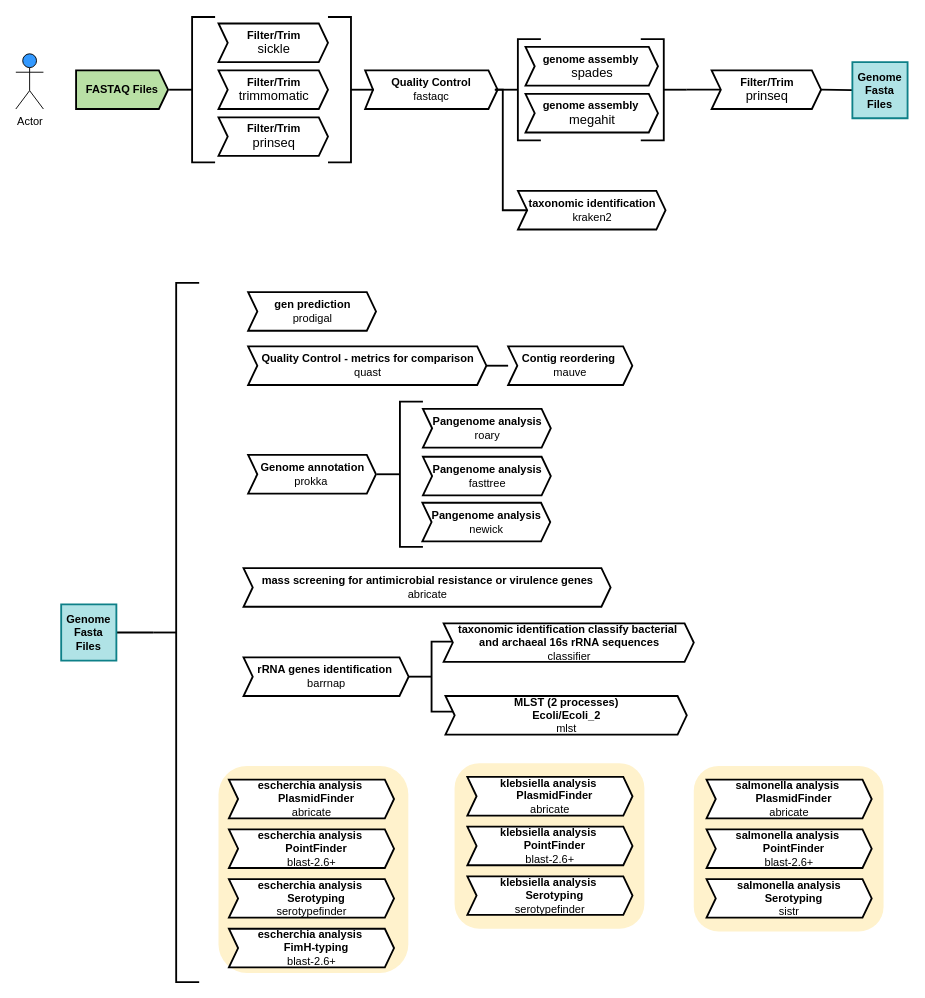
The draw.io diagram page "MVP" (3 of 3) of standarpipelineworkflow-longversion.drawio in ldipotetjob/genx, before the edit. Source tidied: cells renumbered, new cells numbered last; positions are measured from the earlier drawing's top-left corner, leaving out a move shared by most shapes. Both pictures are drawn from the tidied source at 92%, with x=0, y=0 at pixel (16, 17).
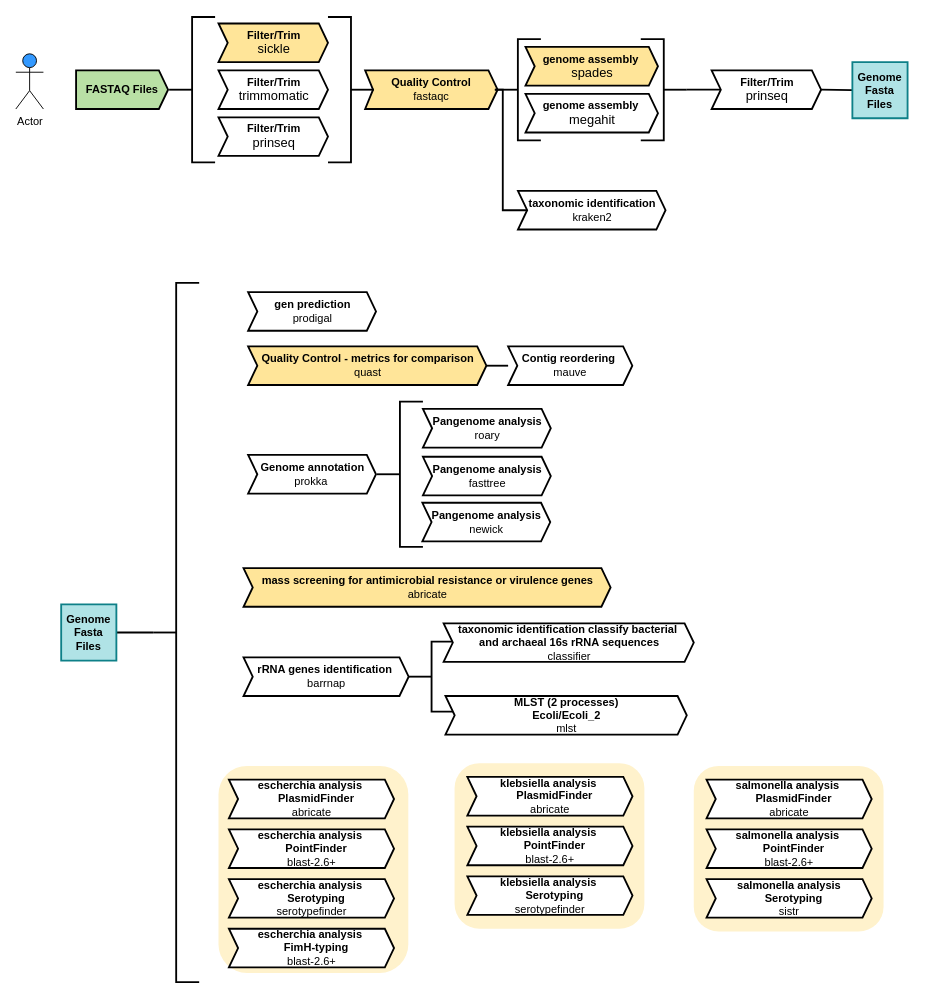
After the change.

Diff of the diagram source:
```diff
@@
-    <mxCell id="6" value="&lt;b&gt;Filter/Trim&lt;br&gt;&lt;/b&gt;&lt;span style=&quot;font-size: 14px&quot;&gt;sickle&lt;/span&gt;&lt;b&gt;&lt;br&gt;&lt;/b&gt;" style="html=1;shadow=0;align=center;verticalAlign=middle;shape=mxgraph.arrows2.arrow;dy=0;dx=10;notch=10;fillColor=#FFFFFF;strokeColor=#000000;strokeWidth=2;" parent="1" vertex="1">
+    <mxCell id="6" value="&lt;b&gt;Filter/Trim&lt;br&gt;&lt;/b&gt;&lt;span style=&quot;font-size: 14px&quot;&gt;sickle&lt;/span&gt;&lt;b&gt;&lt;br&gt;&lt;/b&gt;" style="html=1;shadow=0;align=center;verticalAlign=middle;shape=mxgraph.arrows2.arrow;dy=0;dx=10;notch=10;fillColor=#FFE599;strokeColor=#000000;strokeWidth=2;" parent="1" vertex="1">
       <mxGeometry x="220" y="7" width="119" height="42" as="geometry" />
     </mxCell>
@@
-    <mxCell id="8" value="&lt;b&gt;Quality Control&lt;/b&gt;&lt;br&gt;fastaqc" style="html=1;shadow=0;align=center;verticalAlign=middle;shape=mxgraph.arrows2.arrow;dy=0;dx=10;notch=8.6;fillColor=#FFFFFF;strokeColor=#000000;strokeWidth=2;" parent="1" vertex="1">
+    <mxCell id="8" value="&lt;b&gt;Quality Control&lt;/b&gt;&lt;br&gt;fastaqc" style="html=1;shadow=0;align=center;verticalAlign=middle;shape=mxgraph.arrows2.arrow;dy=0;dx=10;notch=8.6;fillColor=#FFE599;strokeColor=#000000;strokeWidth=2;" parent="1" vertex="1">
       <mxGeometry x="379.4" y="58" width="144" height="42" as="geometry" />
     </mxCell>
@@
-    <mxCell id="11" value="&lt;b&gt;genome assembly&amp;nbsp;&lt;/b&gt;&lt;br&gt;&lt;span style=&quot;font-size: 14px&quot;&gt;spades&lt;/span&gt;" style="html=1;shadow=0;align=center;verticalAlign=middle;shape=mxgraph.arrows2.arrow;dy=0;dx=10;notch=10;fillColor=#FFFFFF;strokeColor=#000000;strokeWidth=2;" parent="1" vertex="1">
+    <mxCell id="11" value="&lt;b&gt;genome assembly&amp;nbsp;&lt;/b&gt;&lt;br&gt;&lt;span style=&quot;font-size: 14px&quot;&gt;spades&lt;/span&gt;" style="html=1;shadow=0;align=center;verticalAlign=middle;shape=mxgraph.arrows2.arrow;dy=0;dx=10;notch=10;fillColor=#FFE599;strokeColor=#000000;strokeWidth=2;" parent="1" vertex="1">
       <mxGeometry x="553.7" y="32.5" width="144" height="42" as="geometry" />
     </mxCell>
@@
-    <mxCell id="19" value="&lt;div&gt;&lt;b&gt;Quality Control - metrics for comparison&lt;/b&gt;&lt;/div&gt;&lt;div&gt;quast&lt;/div&gt;" style="html=1;shadow=0;align=center;verticalAlign=middle;shape=mxgraph.arrows2.arrow;dy=0;dx=10;notch=10;fillColor=#FFFFFF;strokeColor=#000000;strokeWidth=2;" parent="1" vertex="1">
+    <mxCell id="19" value="&lt;div&gt;&lt;b&gt;Quality Control - metrics for comparison&lt;/b&gt;&lt;/div&gt;&lt;div&gt;quast&lt;/div&gt;" style="html=1;shadow=0;align=center;verticalAlign=middle;shape=mxgraph.arrows2.arrow;dy=0;dx=10;notch=10;fillColor=#FFE599;strokeColor=#000000;strokeWidth=2;" parent="1" vertex="1">
       <mxGeometry x="252.2" y="358" width="259" height="42" as="geometry" />
     </mxCell>
@@
-    <mxCell id="25" value="&lt;div&gt;&lt;b&gt;mass screening for antimicrobial resistance or virulence genes&lt;/b&gt;&lt;/div&gt;&lt;div&gt;abricate&lt;/div&gt;" style="html=1;shadow=0;align=center;verticalAlign=middle;shape=mxgraph.arrows2.arrow;dy=0;dx=10;notch=10;fillColor=#FFFFFF;strokeColor=#000000;strokeWidth=2;" parent="1" vertex="1">
+    <mxCell id="25" value="&lt;div&gt;&lt;b&gt;mass screening for antimicrobial resistance or virulence genes&lt;/b&gt;&lt;/div&gt;&lt;div&gt;abricate&lt;/div&gt;" style="html=1;shadow=0;align=center;verticalAlign=middle;shape=mxgraph.arrows2.arrow;dy=0;dx=10;notch=10;fillColor=#FFE599;strokeColor=#000000;strokeWidth=2;" parent="1" vertex="1">
       <mxGeometry x="247.2" y="599" width="399" height="42" as="geometry" />
     </mxCell>
```
